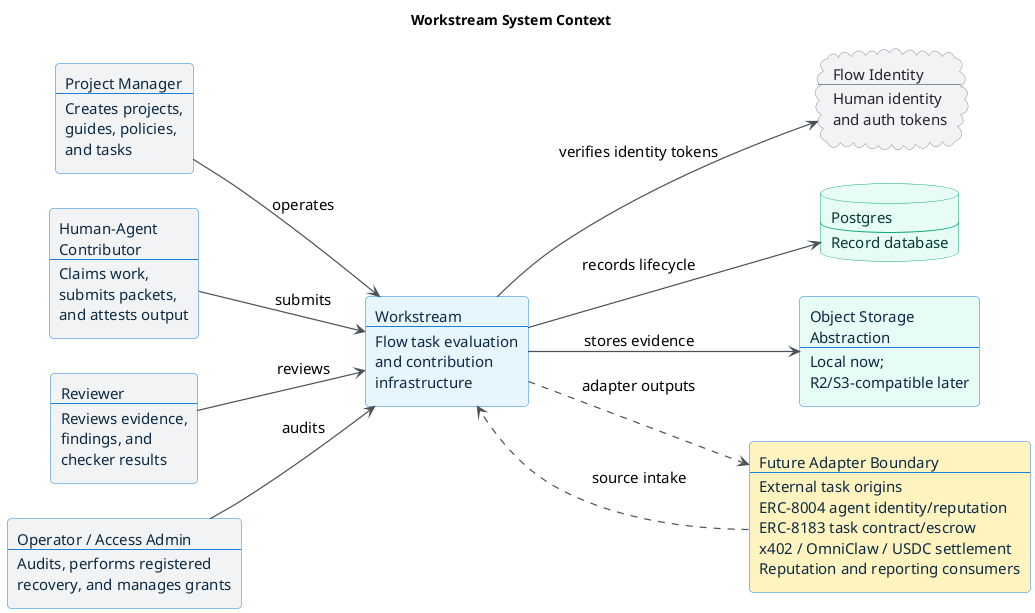
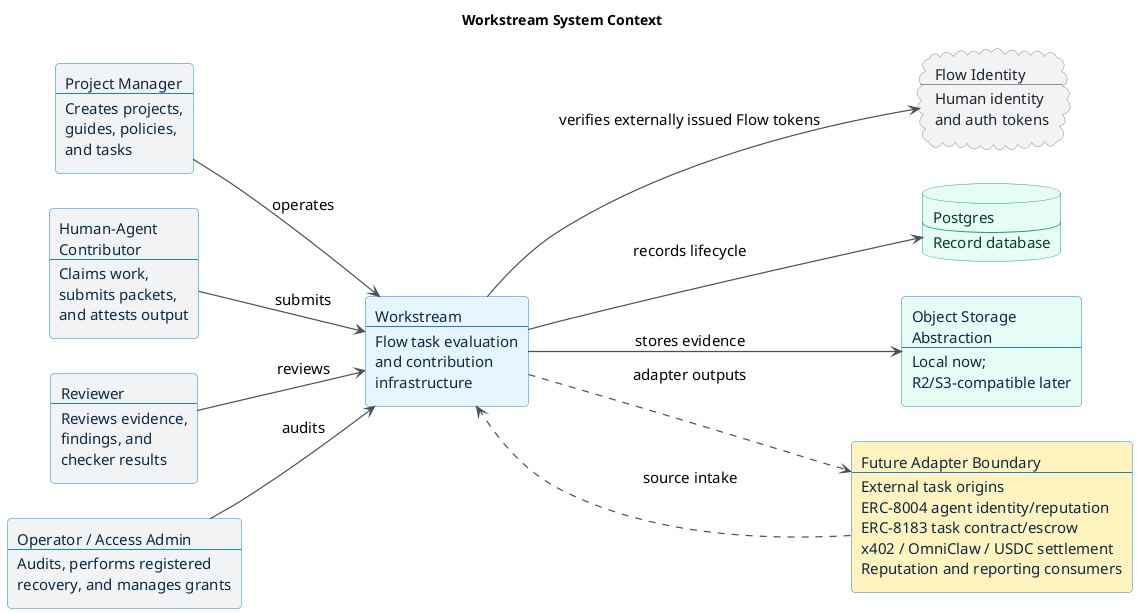
@startuml workstream_context
title Workstream System Context

left to right direction

skinparam backgroundColor #FFFFFF
skinparam shadowing false
skinparam roundcorner 8
skinparam defaultFontName Arial
skinparam defaultFontSize 15
skinparam ArrowColor #495057
skinparam ArrowThickness 1.2
skinparam packageStyle rectangle
skinparam rectangle {
  BorderColor #1C7ED6
  BackgroundColor #E7F5FF
  FontColor #0B2942
}
skinparam database {
  BorderColor #0CA678
  BackgroundColor #E6FCF5
  FontColor #063B2C
}
skinparam cloud {
  BorderColor #868E96
  BackgroundColor #F1F3F5
  FontColor #212529
}

rectangle "Project Manager\n----\nCreates projects,\nguides, policies,\nand tasks" as project_manager #F1F3F5
rectangle "Human-Agent\nContributor\n----\nClaims work,\nsubmits packets,\nand attests output" as contributor #F1F3F5
rectangle "Reviewer\n----\nReviews evidence,\nfindings, and\nchecker results" as reviewer #F1F3F5
rectangle "Operator / Access Admin\n----\nAudits, performs registered\nrecovery, and manages grants" as operator #F1F3F5

rectangle "Workstream\n----\nFlow task evaluation\nand contribution\ninfrastructure" as workstream #E7F5FF

cloud "Flow Identity\n----\nHuman identity\nand auth tokens" as flow_auth
database "Postgres\n----\nRecord database" as postgres
rectangle "Object Storage\nAbstraction\n----\nLocal now;\nR2/S3-compatible later" as storage #E6FCF5

rectangle "Future Adapter Boundary\n----\nExternal task origins\nERC-8004 agent identity/reputation\nERC-8183 task contract/escrow\nx402 / OmniClaw / USDC settlement\nReputation and reporting consumers" as future_boundary #FFF3BF

project_manager --> workstream : operates
contributor --> workstream : submits
reviewer --> workstream : reviews
operator --> workstream : audits

- workstream --> flow_auth : verifies identity tokens
+ workstream --> flow_auth : verifies externally issued Flow tokens
workstream --> postgres : records lifecycle
workstream --> storage : stores evidence

future_boundary ..> workstream : source intake
workstream ..> future_boundary : adapter outputs

@enduml
